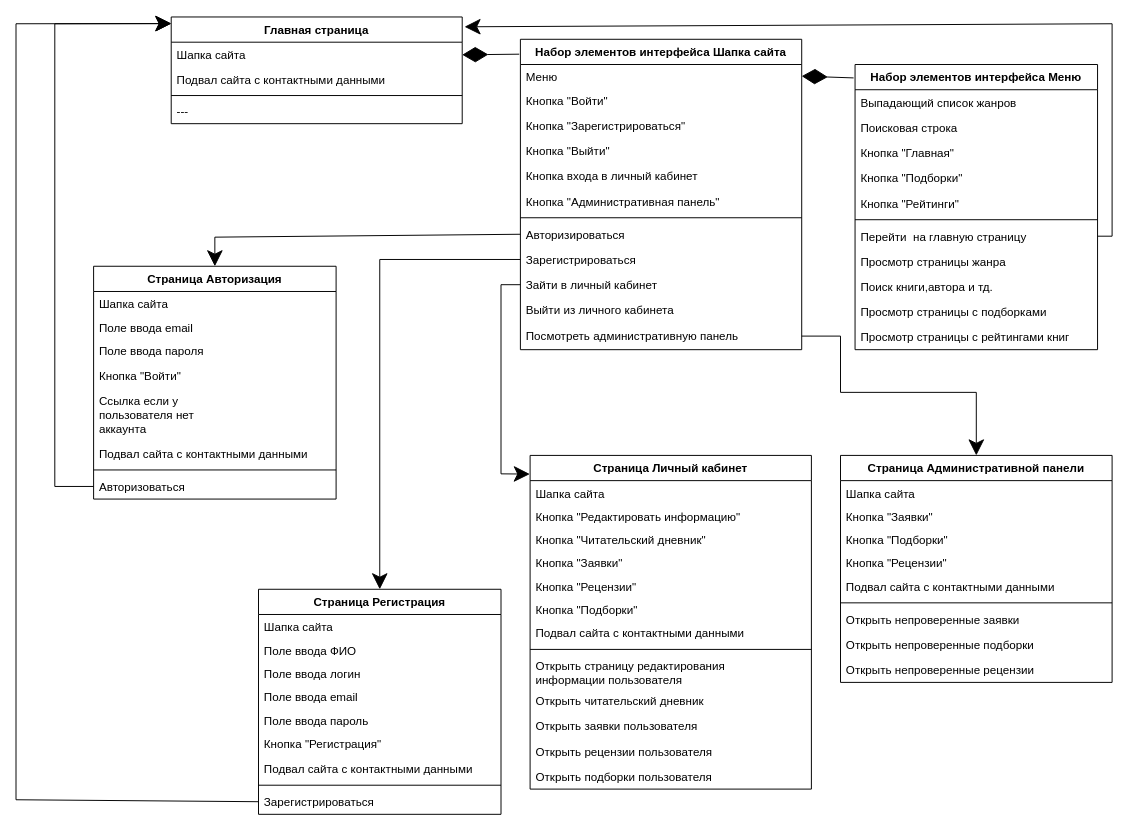
Above: page "Интерфейсы" (3 of 4) of Documents/Diagrams (3).drawio in KomogortsevaYulia/CourseWork_CommunityLiteratureLovers_TRPK (draw.io), before the change. Source tidied: cells renumbered, new cells numbered last; positions are measured from the earlier drawing's top-left corner, leaving out a move shared by most shapes. Both pictures are drawn from the tidied source at 97%, with x=0, y=0 at pixel (16, 16).
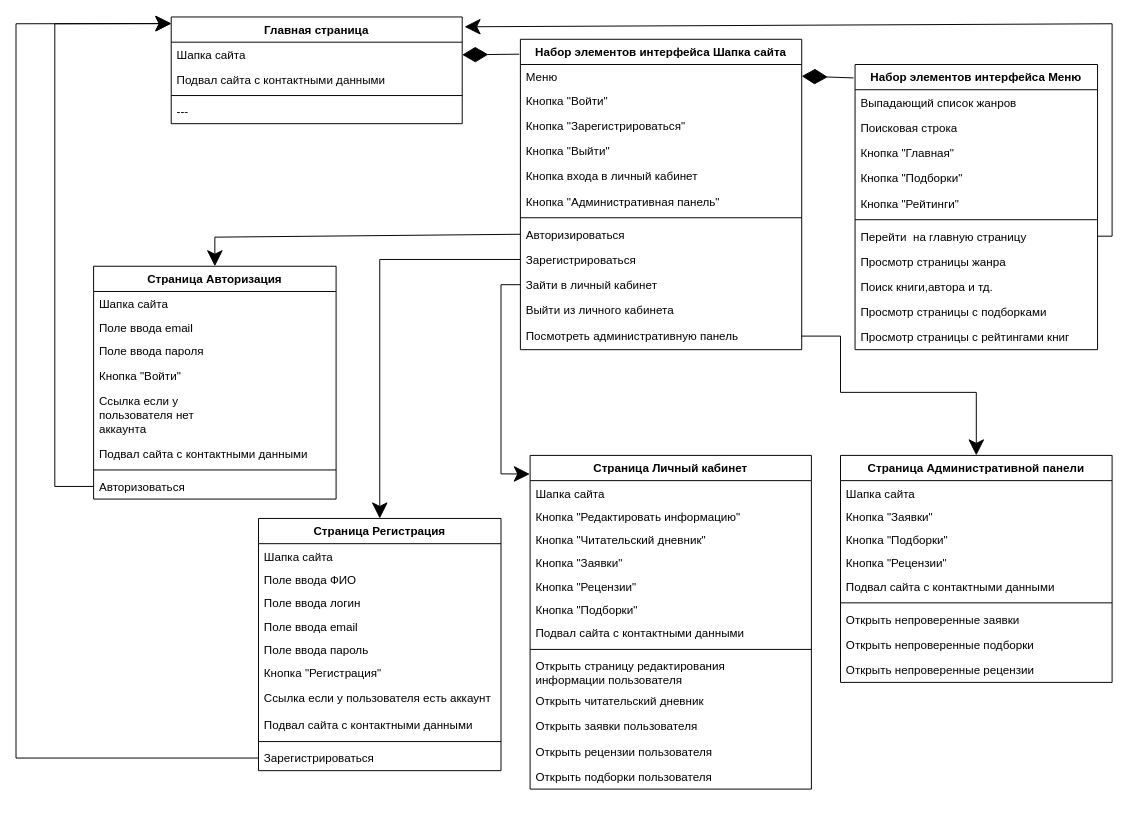
After the change.

Unchanged cells that the change refers to:
```xml
<mxCell id="2" value="Главная страница" style="swimlane;fontStyle=1;align=center;verticalAlign=top;horizontal=1;startSize=26;" parent="1" vertex="1">
  <mxGeometry x="160" width="300" height="110" as="geometry" />
</mxCell>
```

What changed in the source:
```diff
@@
     <mxCell id="42" value="Страница Регистрация" style="swimlane;fontStyle=1;align=center;verticalAlign=top;horizontal=1;startSize=26;" parent="1" vertex="1">
-      <mxGeometry x="250" y="590" width="250" height="232" as="geometry" />
+      <mxGeometry x="250" y="517" width="250" height="260" as="geometry" />
     </mxCell>
@@
+    <mxCell id="84" value="Ссылка если у пользователя есть аккаунт" style="text;strokeColor=none;fillColor=none;align=left;verticalAlign=top;spacingLeft=4;spacingRight=4;overflow=hidden;" parent="42" vertex="1">
+      <mxGeometry y="172" width="250" height="28" as="geometry" />
+    </mxCell>
     <mxCell id="49" value="Подвал сайта с контактными данными" style="text;strokeColor=none;fillColor=none;align=left;verticalAlign=top;spacingLeft=4;spacingRight=4;overflow=hidden;" parent="42" vertex="1">
-      <mxGeometry y="172" width="250" height="26" as="geometry" />
+      <mxGeometry y="200" width="250" height="26" as="geometry" />
     </mxCell>
     <mxCell id="50" style="line;strokeWidth=1;fillColor=none;align=left;verticalAlign=middle;spacingTop=-1;spacingLeft=3;spacingRight=3;labelPosition=right;" parent="42" vertex="1">
-      <mxGeometry y="198" width="250" height="8" as="geometry" />
+      <mxGeometry y="226" width="250" height="8" as="geometry" />
     </mxCell>
     <mxCell id="51" value="Зарегистрироваться" style="text;strokeColor=none;fillColor=none;align=left;verticalAlign=top;spacingLeft=4;spacingRight=4;overflow=hidden;points=[[0,0.5],[1,0.5]];portConstraint=eastwest;" parent="42" vertex="1">
-      <mxGeometry y="206" width="250" height="26" as="geometry" />
+      <mxGeometry y="234" width="250" height="26" as="geometry" />
     </mxCell>
@@
     <mxCell id="83" style="endArrow=classic;endFill=1;endSize=14;html=1;rounded=0;exitX=0;exitY=0.5;exitDx=0;exitDy=0;entryX=0;entryY=0.062;entryDx=0;entryDy=0;strokeWidth=1;entryPerimeter=0;" parent="1" edge="1" source="51" target="2">
       <mxGeometry relative="1" as="geometry">
         <Array as="points">
-          <mxPoint y="807" />
+          <mxPoint y="764" />
           <mxPoint y="7" />
         </Array>
       </mxGeometry>
     </mxCell>
```
